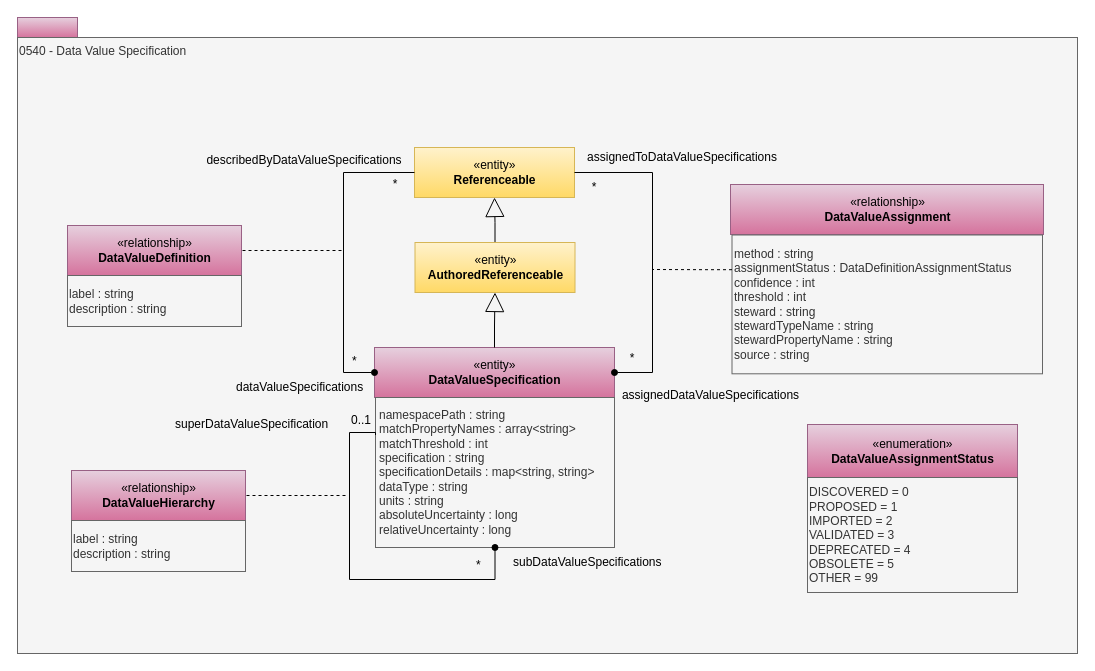
The draw.io diagram page "0540-Data-Value-Specifications" (24 of 33) of site/docs/types/5/area-5-models-and-schema.drawio in odpi/egeria-docs, before the edit. Source tidied: cells renumbered, new cells numbered last; positions are measured from the earlier drawing's top-left corner, leaving out a move shared by most shapes. Both pictures are drawn from the tidied source at 100%, with x=0, y=0 at pixel (17, 17).
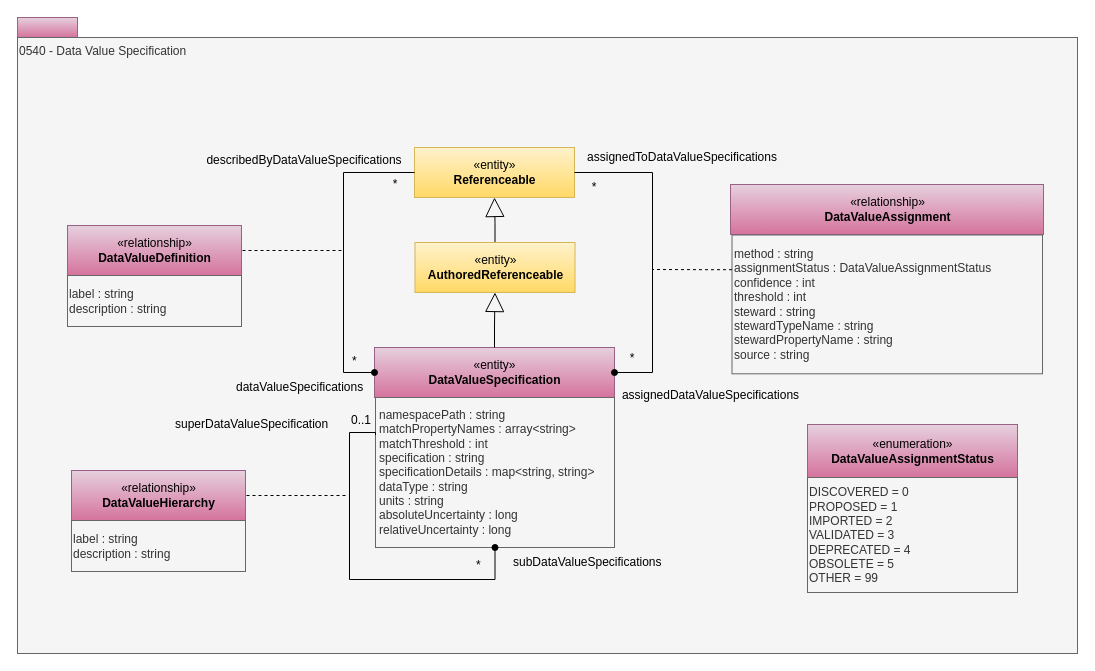
Above is the later version.

The edit, as a diff of the source:
```diff
@@
-    <mxCell id="15" value="&lt;span&gt;method : string&lt;/span&gt;&lt;br&gt;&lt;span&gt;assignmentStatus : DataDefinitionAssignmentStatus&lt;/span&gt;&lt;br&gt;&lt;span&gt;confidence : int&lt;/span&gt;&lt;br&gt;&lt;span&gt;threshold : int&lt;/span&gt;&lt;br&gt;&lt;span&gt;steward : string&lt;/span&gt;&lt;div&gt;stewardTypeName : string&lt;/div&gt;&lt;div&gt;stewardPropertyName : string&lt;br&gt;&lt;span&gt;source : string&lt;/span&gt;&lt;/div&gt;" style="rounded=0;whiteSpace=wrap;html=1;strokeColor=#666666;align=left;fillColor=#f5f5f5;fontColor=#333333;" parent="1" vertex="1">
+    <mxCell id="15" value="&lt;span&gt;method : string&lt;/span&gt;&lt;br&gt;&lt;span&gt;assignmentStatus : DataValueAssignmentStatus&lt;/span&gt;&lt;br&gt;&lt;span&gt;confidence : int&lt;/span&gt;&lt;br&gt;&lt;span&gt;threshold : int&lt;/span&gt;&lt;br&gt;&lt;span&gt;steward : string&lt;/span&gt;&lt;div&gt;stewardTypeName : string&lt;/div&gt;&lt;div&gt;stewardPropertyName : string&lt;br&gt;&lt;span&gt;source : string&lt;/span&gt;&lt;/div&gt;" style="rounded=0;whiteSpace=wrap;html=1;strokeColor=#666666;align=left;fillColor=#f5f5f5;fontColor=#333333;" parent="1" vertex="1">
       <mxGeometry x="714.5" y="217.5" width="310.5" height="138.8" as="geometry" />
     </mxCell>
```
